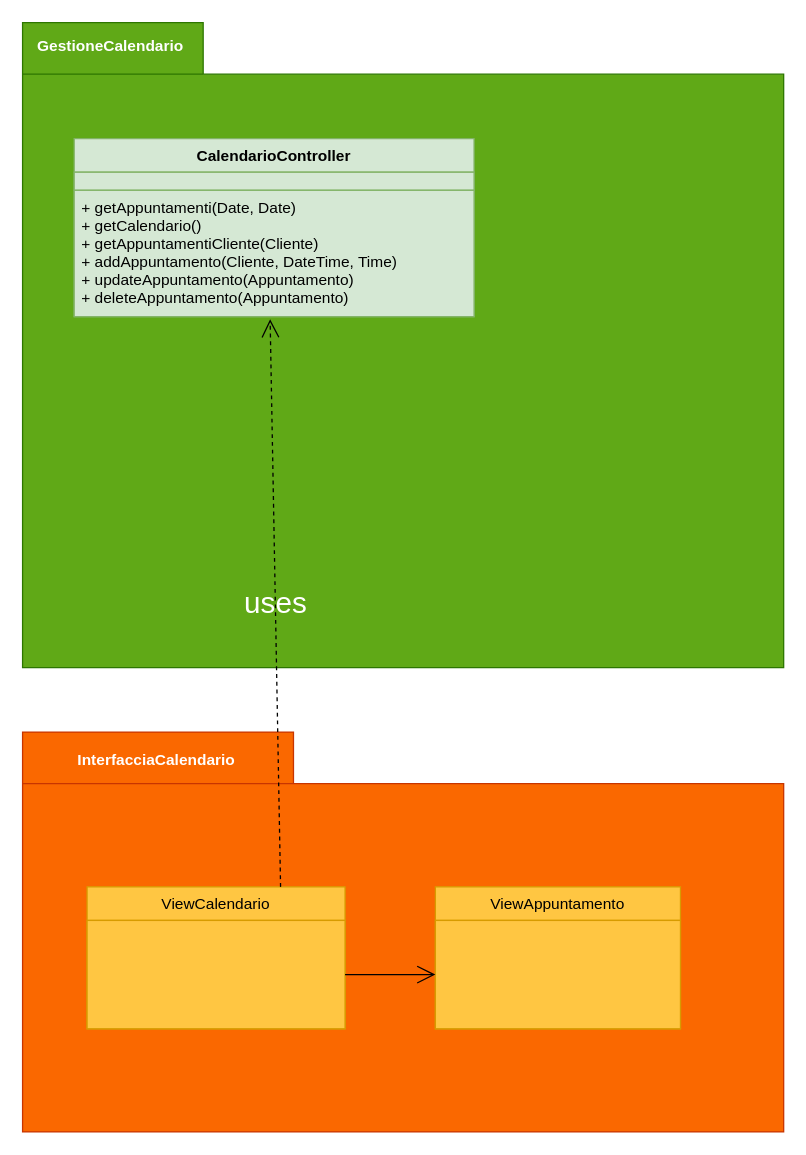
Before: Controllers_Views/CalendarioController.drawio in DeborohNoah/IngSoft, a draw.io diagram. Source tidied: cells renumbered, new cells numbered last; positions are measured from the earlier drawing's top-left corner, leaving out a move shared by most shapes. Both pictures are drawn from the tidied source at 129%, with x=0, y=0 at pixel (22, 22).
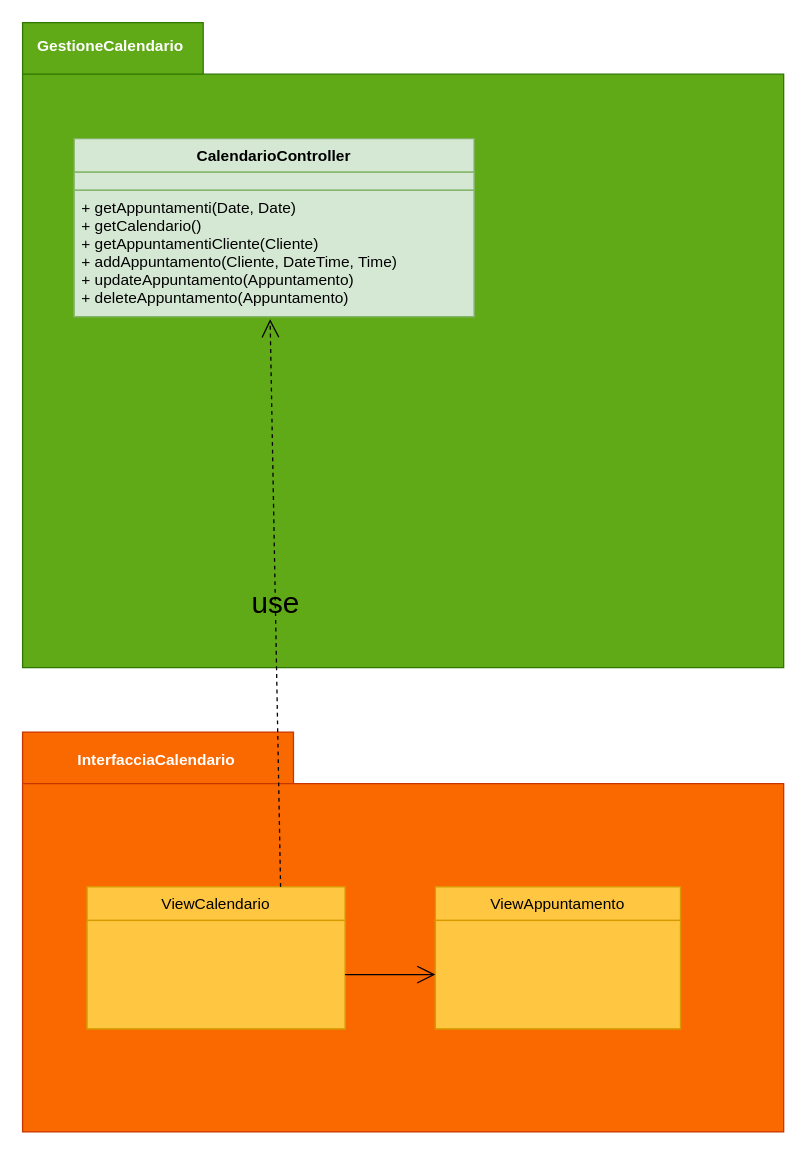
After the change.

Commit message (it also covers changes not shown here):
Modificato colore scritte

The edit, as a diff of the source:
```diff
@@
 <mxGraphModel>
   <root>
     <mxCell id="0" />
     <mxCell id="1" parent="0" />
     <mxCell id="2" style="group;" parent="1" vertex="1">
       <mxGeometry width="590" height="500" as="geometry" />
     </mxCell>
     <mxCell id="3" style="shape=folder;fontStyle=1;spacingTop=10;tabWidth=140;tabHeight=40;tabPosition=left;html=1;fillColor=#60a917;strokeColor=#2D7600;fontColor=#ffffff;" parent="2" vertex="1">
       <mxGeometry width="590" height="500" as="geometry" />
     </mxCell>
     <mxCell id="4" value="GestioneCalendario" style="text;align=center;fontStyle=1;verticalAlign=middle;spacingLeft=3;spacingRight=3;fontColor=#FFFFFF;" parent="2" vertex="1">
       <mxGeometry x="13.5" y="0.8" width="109.8" height="33.3" as="geometry" />
     </mxCell>
     <mxCell id="5" value="CalendarioController" style="swimlane;fontStyle=1;align=center;verticalAlign=top;horizontal=1;startSize=26;fillColor=#d5e8d4;strokeColor=#82b366;" parent="2" vertex="1">
       <mxGeometry x="40" y="90" width="310" height="138" as="geometry" />
     </mxCell>
     <mxCell id="6" style="text;align=left;verticalAlign=top;spacingLeft=4;spacingRight=4;overflow=hidden;fillColor=#d5e8d4;strokeColor=#82b366;" parent="5" vertex="1">
       <mxGeometry y="26" width="310" height="14" as="geometry" />
     </mxCell>
     <mxCell id="7" value="+ getAppuntamenti(Date, Date)&#10;+ getCalendario()&#10;+ getAppuntamentiCliente(Cliente)&#10;+ addAppuntamento(Cliente, DateTime,  Time)&#10;+ updateAppuntamento(Appuntamento)&#10;+ deleteAppuntamento(Appuntamento)&#10;&#10;" style="text;strokeColor=#82b366;fillColor=#d5e8d4;align=left;verticalAlign=top;spacingLeft=4;spacingRight=4;overflow=hidden;points=[[0,0.5],[1,0.5]];portConstraint=eastwest;" parent="5" vertex="1">
       <mxGeometry y="40" width="310" height="98" as="geometry" />
     </mxCell>
     <mxCell id="8" style="shape=folder;fontStyle=1;spacingTop=10;tabWidth=210;tabHeight=40;tabPosition=left;html=1;fontColor=#000000;fillColor=#fa6800;strokeColor=#C73500;" parent="1" vertex="1">
       <mxGeometry y="550" width="590" height="310" as="geometry" />
     </mxCell>
     <mxCell id="9" value="InterfacciaCalendario" style="text;align=center;fontStyle=1;verticalAlign=middle;spacingLeft=3;spacingRight=3;strokeColor=none;fontColor=#FFFFFF;" parent="1" vertex="1">
       <mxGeometry x="64" y="558" width="80" height="26" as="geometry" />
     </mxCell>
     <mxCell id="10" value="ViewAppuntamento" style="swimlane;fontStyle=0;horizontal=1;startSize=26;fillColor=#FFC642;strokeColor=#d79b00;" parent="1" vertex="1">
       <mxGeometry x="320" y="670" width="190" height="110" as="geometry" />
     </mxCell>
     <mxCell id="11" style="text;strokeColor=#d79b00;fillColor=#FFC642;align=left;verticalAlign=top;spacingLeft=4;spacingRight=4;overflow=hidden;points=[[0,0.5],[1,0.5]];portConstraint=eastwest;" parent="10" vertex="1">
       <mxGeometry y="26" width="190" height="84" as="geometry" />
     </mxCell>
     <mxCell id="12" value="ViewCalendario" style="swimlane;fontStyle=0;horizontal=1;startSize=26;fillColor=#FFC642;strokeColor=#d79b00;" parent="1" vertex="1">
       <mxGeometry x="50" y="670" width="200" height="110" as="geometry" />
     </mxCell>
     <mxCell id="13" style="text;strokeColor=#d79b00;fillColor=#FFC642;align=left;verticalAlign=top;spacingLeft=4;spacingRight=4;overflow=hidden;points=[[0,0.5],[1,0.5]];portConstraint=eastwest;" parent="12" vertex="1">
       <mxGeometry y="26" width="200" height="84" as="geometry" />
     </mxCell>
-    <mxCell id="14" value="&lt;span style=&quot;font-size: 23px&quot;&gt;uses&lt;/span&gt;" style="endArrow=open;endSize=12;dashed=1;html=1;rounded=0;fontColor=#FFFFFF;exitX=0.75;exitY=0;exitDx=0;exitDy=0;entryX=0.49;entryY=1.02;entryDx=0;entryDy=0;entryPerimeter=0;labelBackgroundColor=none;spacing=7;fontSize=23;" parent="1" edge="1" source="12" target="7">
+    <mxCell id="14" value="&lt;span style=&quot;font-size: 23px&quot;&gt;&lt;font color=&quot;#000000&quot;&gt;use&lt;/font&gt;&lt;/span&gt;" style="endArrow=open;endSize=12;dashed=1;html=1;rounded=0;fontColor=#FFFFFF;exitX=0.75;exitY=0;exitDx=0;exitDy=0;entryX=0.49;entryY=1.02;entryDx=0;entryDy=0;entryPerimeter=0;labelBackgroundColor=none;spacing=7;fontSize=23;" parent="1" edge="1" source="12" target="7">
       <mxGeometry relative="1" as="geometry" />
     </mxCell>
     <mxCell id="15" style="endArrow=open;endFill=1;endSize=12;html=1;rounded=0;fontColor=#FFFFFF;exitX=1;exitY=0.5;exitDx=0;exitDy=0;entryX=0;entryY=0.5;entryDx=0;entryDy=0;" parent="1" edge="1" source="13" target="11">
       <mxGeometry relative="1" as="geometry" />
     </mxCell>
   </root>
 </mxGraphModel>
```
